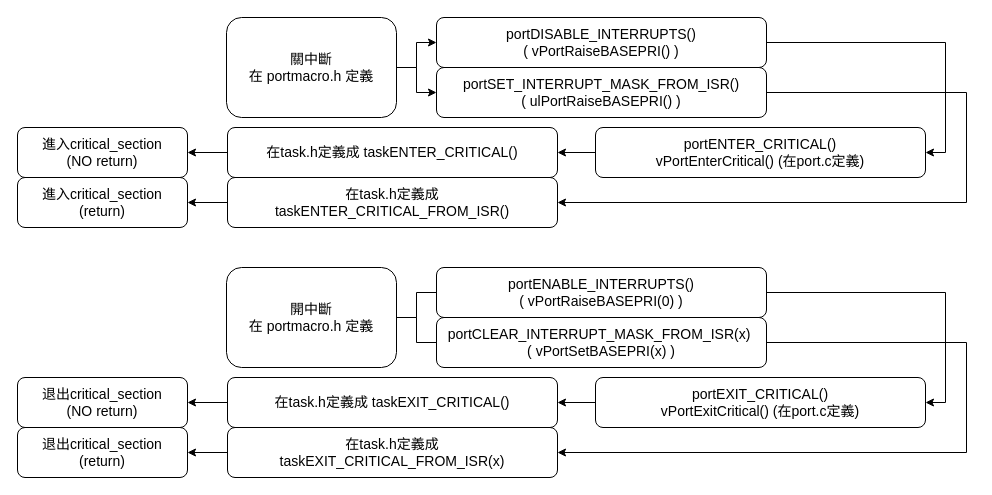
This is 03_critical_section/critical_section.drawio from wen0418/FreeRTOS_kernel_implementation, a draw.io file, before an edit. Source tidied: cells renumbered, new cells numbered last; positions are measured from the earlier drawing's top-left corner, leaving out a move shared by most shapes. Both pictures are drawn from the tidied source at 100%, with x=0, y=0 at pixel (17, 17).
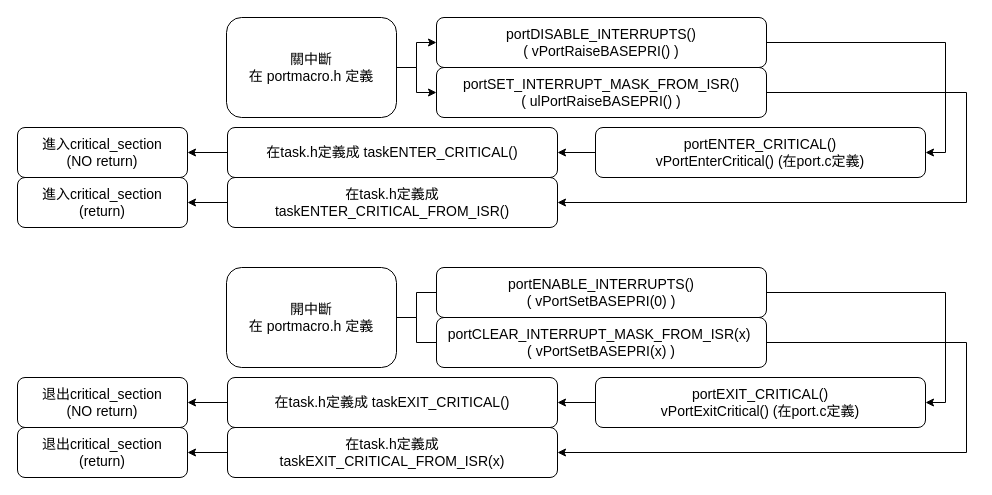
The same diagram, later.

Change to the diagram source:
```diff
@@
-    <mxCell id="13" value="portENABLE_INTERRUPTS()&lt;br&gt;( vPortRaiseBASEPRI(0)&amp;nbsp;)" style="rounded=1;whiteSpace=wrap;html=1;fontSize=14;" parent="1" vertex="1">
+    <mxCell id="13" value="portENABLE_INTERRUPTS()&lt;br&gt;( vPortSetBASEPRI(0)&amp;nbsp;)" style="rounded=1;whiteSpace=wrap;html=1;fontSize=14;" parent="1" vertex="1">
       <mxGeometry x="419" y="250" width="330" height="50" as="geometry" />
     </mxCell>
```
